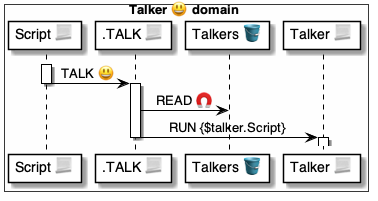
Before: 4 ⚙️ Solution/37 Scripts 📃/📃 Commands ⌘/⌘ for control ▶️/TALK 😃/😃 TALK ⚙️ uml.png, a diagram exported from PlantUML (pollyweb-org/pollyweb-docs). Its source is kept beside it as 4 ⚙️ Solution/37 Scripts 📃/📃 Commands ⌘/⌘ for control ▶️/TALK 😃/😃 TALK ⚙️ uml.puml.
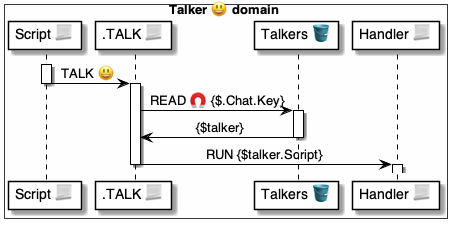
After the change.

What changed in the source:
```diff
@@ -4,7 +4,7 @@
     participant "Script 📃" as script
     participant ".TALK 📃" as talk
     participant "Talkers 🪣" as talkers
-    participant "Talker 📃" as talker
+    participant "Handler 📃" as talker
 end box
 
 
@@ -13,7 +13,10 @@
 deactivate script
 
 activate talk
-    talk -> talkers: READ 🧲
+    talk -> talkers: READ 🧲 {$.Chat.Key}
+    activate talkers
+        talkers -> talk: {$talker}
+    deactivate talkers
     talk -> talker: RUN {$talker.Script}
 deactivate talk
 
```
